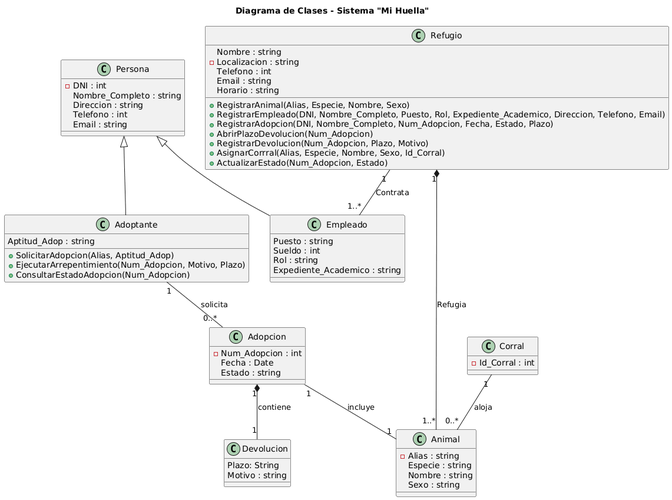
Above: 06 - Diagrama De Clases/DiagramaDeClases.png in nniccolas/proyecto-refugio-de-animales (PlantUML), before the change. Its diagram source:
```plantuml
@startuml
title Diagrama de Clases - Sistema "Mi Huella"

class Persona {
  - DNI : int
   Nombre_Completo : string
   Direccion : string
   Telefono : int
   Email : string
}

class Adoptante {
    Aptitud_Adop : string

  + SolicitarAdopcion(Alias, Aptitud_Adop)
  + EjecutarArrepentimiento(Num_Adopcion, Motivo, Plazo)
  + ConsultarEstadoAdopcion(Num_Adopcion)
}

class Empleado {
    Puesto : string
    Sueldo : int
    Rol : string
    Expediente_Academico : string
}

class Refugio {
    Nombre : string
  - Localizacion : string
    Telefono : int
    Email : string
    Horario : string

  + RegistrarAnimal(Alias, Especie, Nombre, Sexo)
  + RegistrarEmpleado(DNI, Nombre_Completo, Puesto, Rol, Expediente_Academico, Direccion, Telefono, Email)
  + RegistrarAdopcion(DNI, Nombre_Completo, Num_Adopcion, Fecha, Estado, Plazo)
  + AbrirPlazoDevolucion(Num_Adopcion)
  + RegistrarDevolucion(Num_Adopcion, Plazo, Motivo)
  + AsignarCorrral(Alias, Especie, Nombre, Sexo, Id_Corral)
  + ActualizarEstado(Num_Adopcion, Estado)
}

class Animal {
  - Alias : string
    Especie : string
    Nombre : string
    Sexo : string
}

class Corral {
  - Id_Corral : int
}

class Adopcion {
  - Num_Adopcion : int
    Fecha : Date
    Estado : string
}

class Devolucion {
    Plazo: String
    Motivo : string
}

Persona <|-- Adoptante
Persona <|-- Empleado

Refugio "1" *-- "1..*" Animal : Refugia
Refugio "1" -- "1..*" Empleado : Contrata

Adoptante "1" -- "0..*" Adopcion : solicita

Adopcion "1" -- "1" Animal : incluye
Adopcion "1" *-- "1" Devolucion : contiene

Corral "1" -- "0..*" Animal : aloja
@enduml
```
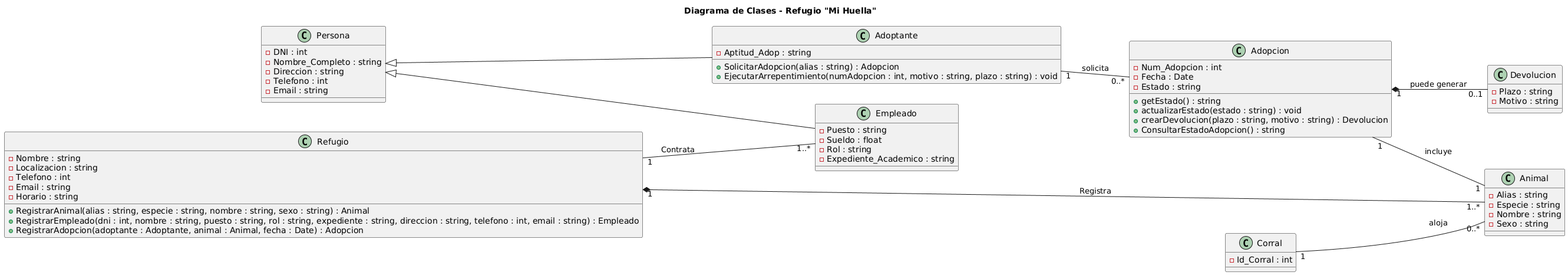
Later version of the same file.

Commit message:
Agregué Diagrama de Clases corregido

The edit, as a diff of the source:
```diff
@@ -1,77 +1,83 @@
 @startuml
-title Diagrama de Clases - Sistema "Mi Huella"
+title Diagrama de Clases - Refugio "Mi Huella"
+
+
+left to right direction
+
 
 class Persona {
   - DNI : int
-   Nombre_Completo : string
-   Direccion : string
-   Telefono : int
-   Email : string
+  - Nombre_Completo : string
+  - Direccion : string
+  - Telefono : int
+  - Email : string
 }
 
 class Adoptante {
-    Aptitud_Adop : string
+  - Aptitud_Adop : string
 
-  + SolicitarAdopcion(Alias, Aptitud_Adop)
-  + EjecutarArrepentimiento(Num_Adopcion, Motivo, Plazo)
-  + ConsultarEstadoAdopcion(Num_Adopcion)
+  + SolicitarAdopcion(alias : string) : Adopcion
+  + EjecutarArrepentimiento(numAdopcion : int, motivo : string, plazo : string) : void
 }
 
 class Empleado {
-    Puesto : string
-    Sueldo : int
-    Rol : string
-    Expediente_Academico : string
+  - Puesto : string
+  - Sueldo : float
+  - Rol : string
+  - Expediente_Academico : string
 }
 
 class Refugio {
-    Nombre : string
+  - Nombre : string
   - Localizacion : string
-    Telefono : int
-    Email : string
-    Horario : string
+  - Telefono : int
+  - Email : string
+  - Horario : string
 
-  + RegistrarAnimal(Alias, Especie, Nombre, Sexo)
-  + RegistrarEmpleado(DNI, Nombre_Completo, Puesto, Rol, Expediente_Academico, Direccion, Telefono, Email)
-  + RegistrarAdopcion(DNI, Nombre_Completo, Num_Adopcion, Fecha, Estado, Plazo)
-  + AbrirPlazoDevolucion(Num_Adopcion)
-  + RegistrarDevolucion(Num_Adopcion, Plazo, Motivo)
-  + AsignarCorrral(Alias, Especie, Nombre, Sexo, Id_Corral)
-  + ActualizarEstado(Num_Adopcion, Estado)
-}
-
-class Animal {
-  - Alias : string
-    Especie : string
-    Nombre : string
-    Sexo : string
+  + RegistrarAnimal(alias : string, especie : string, nombre : string, sexo : string) : Animal
+  + RegistrarEmpleado(dni : int, nombre : string, puesto : string, rol : string, expediente : string, direccion : string, telefono : int, email : string) : Empleado
+  + RegistrarAdopcion(adoptante : Adoptante, animal : Animal, fecha : Date) : Adopcion
 }
 
 class Corral {
   - Id_Corral : int
 }
 
+class Animal {
+  - Alias : string
+  - Especie : string
+  - Nombre : string
+  - Sexo : string
+}
+
 class Adopcion {
   - Num_Adopcion : int
-    Fecha : Date
-    Estado : string
+  - Fecha : Date
+  - Estado : string
+
+  + getEstado() : string
+  + actualizarEstado(estado : string) : void
+  + crearDevolucion(plazo : string, motivo : string) : Devolucion
+  + ConsultarEstadoAdopcion() : string
 }
 
 class Devolucion {
-    Plazo: String
-    Motivo : string
+  - Plazo : string
+  - Motivo : string
 }
+
 
 Persona <|-- Adoptante
 Persona <|-- Empleado
 
-Refugio "1" *-- "1..*" Animal : Refugia
+
+Refugio "1" *-- "1..*" Animal : Registra
 Refugio "1" -- "1..*" Empleado : Contrata
 
+Corral "1" -- "0..*" Animal : aloja
+
 Adoptante "1" -- "0..*" Adopcion : solicita
+Adopcion "1" -- "1" Animal : incluye
 
-Adopcion "1" -- "1" Animal : incluye
-Adopcion "1" *-- "1" Devolucion : contiene
-
-Corral "1" -- "0..*" Animal : aloja
+Adopcion "1" *-- "0..1" Devolucion : puede generar
 @enduml
```
